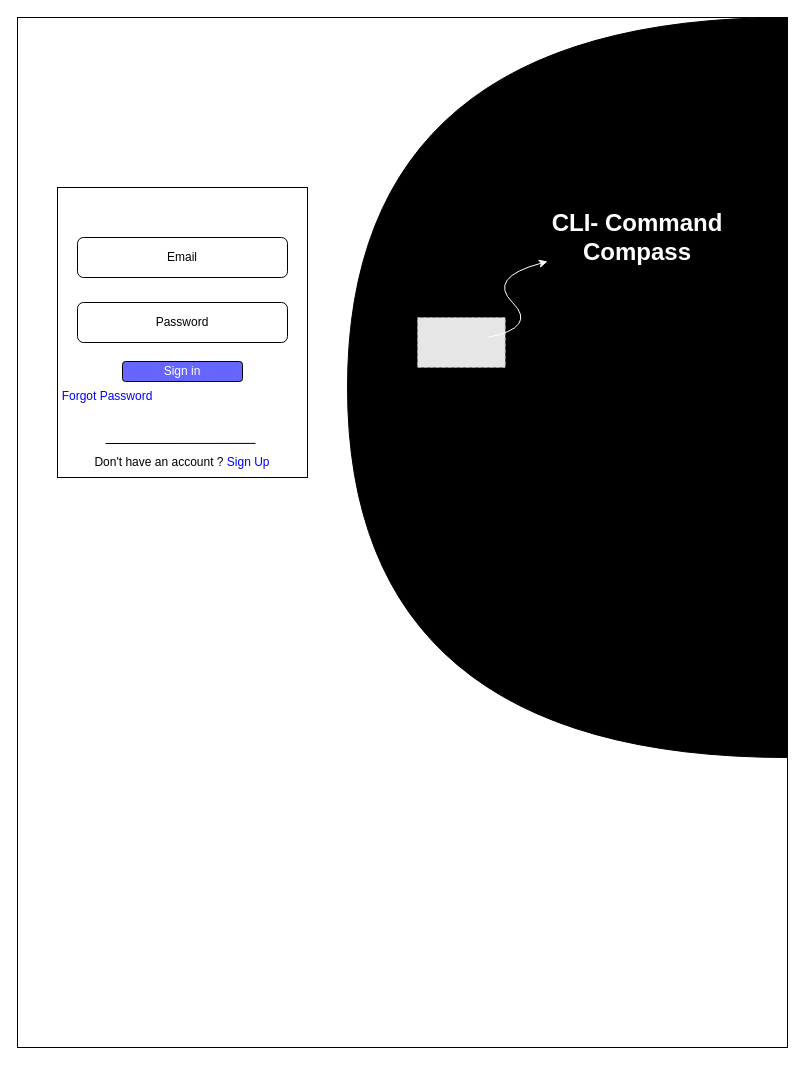
Above: design/wireframes/login-page/login-page.drawio in Command-Compass/Development-Documentation (draw.io), before the change. Source tidied: cells renumbered, new cells numbered last; positions are measured from the earlier drawing's top-left corner, leaving out a move shared by most shapes. Both pictures are drawn from the tidied source at 100%, with x=0, y=0 at pixel (17, 17). Pictures stored in the file or linked from it are replaced by grey dashed boxes.
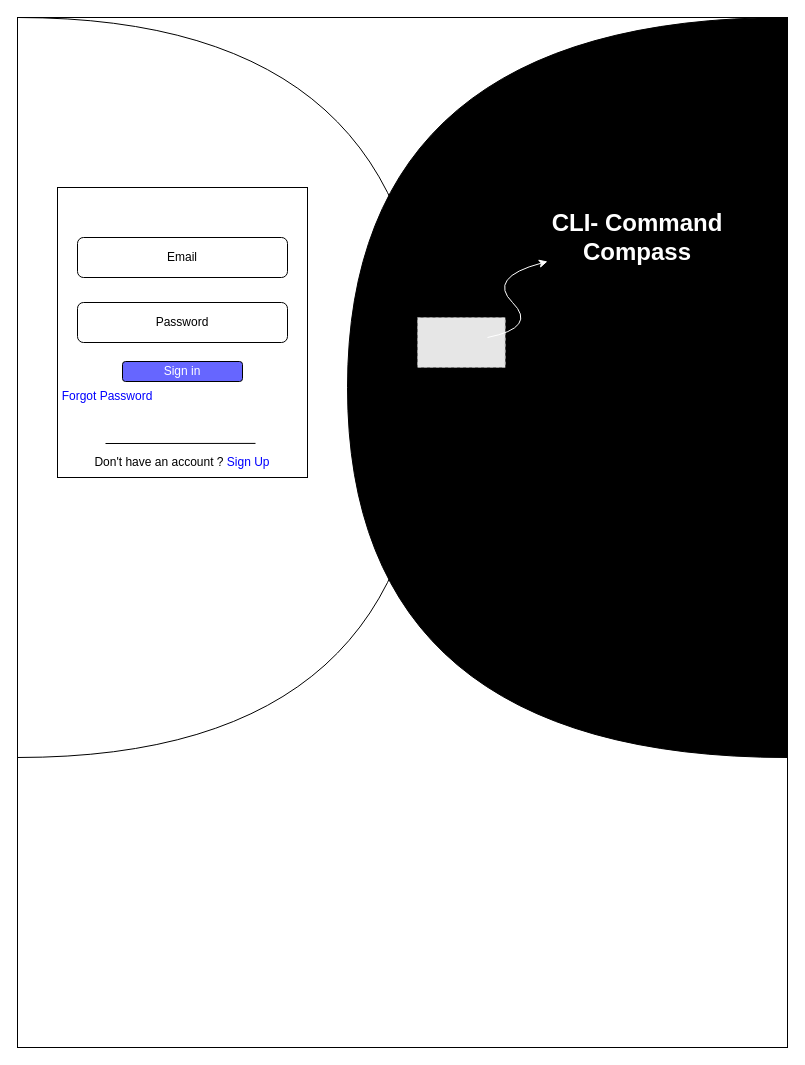
The same page after the edit.

Commit message (it also covers changes not shown here):
signup and login update

What changed in the source:
```diff
@@
 <mxGraphModel>
   <root>
     <mxCell id="0" />
     <mxCell id="1" parent="0" />
+    <mxCell id="14" style="shape=or;whiteSpace=wrap;html=1;" parent="1" vertex="1">
+      <mxGeometry width="410" height="740" as="geometry" />
+    </mxCell>
     <mxCell id="2" style="rounded=0;whiteSpace=wrap;html=1;fillColor=none;gradientColor=none;gradientDirection=east;" parent="1" vertex="1">
       <mxGeometry width="770" height="1030" as="geometry" />
     </mxCell>
     <mxCell id="3" style="rounded=0;whiteSpace=wrap;html=1;fillColor=#FFFFFF;" parent="1" vertex="1">
       <mxGeometry x="40" y="170" width="250" height="290" as="geometry" />
     </mxCell>
     <mxCell id="4" style="shape=or;whiteSpace=wrap;html=1;fillColor=#000000;rotation=-180;" parent="1" vertex="1">
       <mxGeometry x="330" width="440" height="740" as="geometry" />
     </mxCell>
     <mxCell id="5" value="Email" style="rounded=1;whiteSpace=wrap;html=1;fillColor=none;" parent="1" vertex="1">
       <mxGeometry x="60" y="220" width="210" height="40" as="geometry" />
     </mxCell>
     <mxCell id="6" value="Password" style="rounded=1;whiteSpace=wrap;html=1;fillColor=none;" parent="1" vertex="1">
       <mxGeometry x="60" y="285" width="210" height="40" as="geometry" />
     </mxCell>
     <mxCell id="7" value="&lt;font color=&quot;#ffffff&quot;&gt;Sign in&lt;/font&gt;" style="rounded=1;whiteSpace=wrap;html=1;fillColor=#6666FF;" parent="1" vertex="1">
       <mxGeometry x="105" y="344" width="120" height="20" as="geometry" />
     </mxCell>
     <mxCell id="8" value="Don't have an account ? &lt;font color=&quot;#0000ff&quot;&gt;Sign Up&lt;/font&gt;" style="text;html=1;strokeColor=none;fillColor=none;align=center;verticalAlign=middle;whiteSpace=wrap;rounded=0;" parent="1" vertex="1">
       <mxGeometry x="50" y="440" width="230" height="10" as="geometry" />
     </mxCell>
     <mxCell id="9" value="&lt;h6 style=&quot;line-height: 320%;&quot;&gt;&lt;span style=&quot;font-weight: normal;&quot;&gt;&lt;font style=&quot;font-size: 12px;&quot; color=&quot;#0000ff&quot;&gt;Forgot Password&lt;/font&gt;&lt;/span&gt;&lt;/h6&gt;" style="text;html=1;strokeColor=none;fillColor=none;align=center;verticalAlign=middle;whiteSpace=wrap;rounded=0;" parent="1" vertex="1">
       <mxGeometry x="20" y="340" width="140" height="80" as="geometry" />
     </mxCell>
     <mxCell id="10" style="endArrow=none;html=1;entryX=0.6;entryY=0.848;entryDx=0;entryDy=0;entryPerimeter=0;" parent="1" edge="1">
       <mxGeometry relative="1" as="geometry">
         <mxPoint x="88" y="426" as="sourcePoint" />
         <mxPoint x="238" y="425.9" as="targetPoint" />
       </mxGeometry>
     </mxCell>
     <mxCell id="11" value="&lt;h1&gt;&lt;font color=&quot;#ffffff&quot;&gt;CLI- Command Compass&lt;/font&gt;&lt;/h1&gt;" style="text;html=1;strokeColor=none;fillColor=none;align=center;verticalAlign=middle;whiteSpace=wrap;rounded=0;fontSize=12;fontColor=#0000FF;" parent="1" vertex="1">
       <mxGeometry x="530" y="190" width="180" height="60" as="geometry" />
     </mxCell>
     <mxCell id="12" style="fillColor=#E6E6E6;strokeColor=#999999;dashed=1;verticalLabelPosition=bottom;labelBackgroundColor=default;verticalAlign=top;" parent="1" vertex="1">
       <mxGeometry x="400" y="300" width="87.8" height="50" as="geometry" />
     </mxCell>
     <mxCell id="13" style="curved=1;endArrow=classic;html=1;fontSize=12;fontColor=#FFFFFF;strokeColor=#FFFFFF;" parent="1" edge="1" target="11">
       <mxGeometry relative="1" as="geometry">
         <mxPoint x="470" y="320" as="sourcePoint" />
         <Array as="points">
           <mxPoint x="520" y="310" />
           <mxPoint x="470" y="260" />
         </Array>
       </mxGeometry>
     </mxCell>
   </root>
 </mxGraphModel>
```
